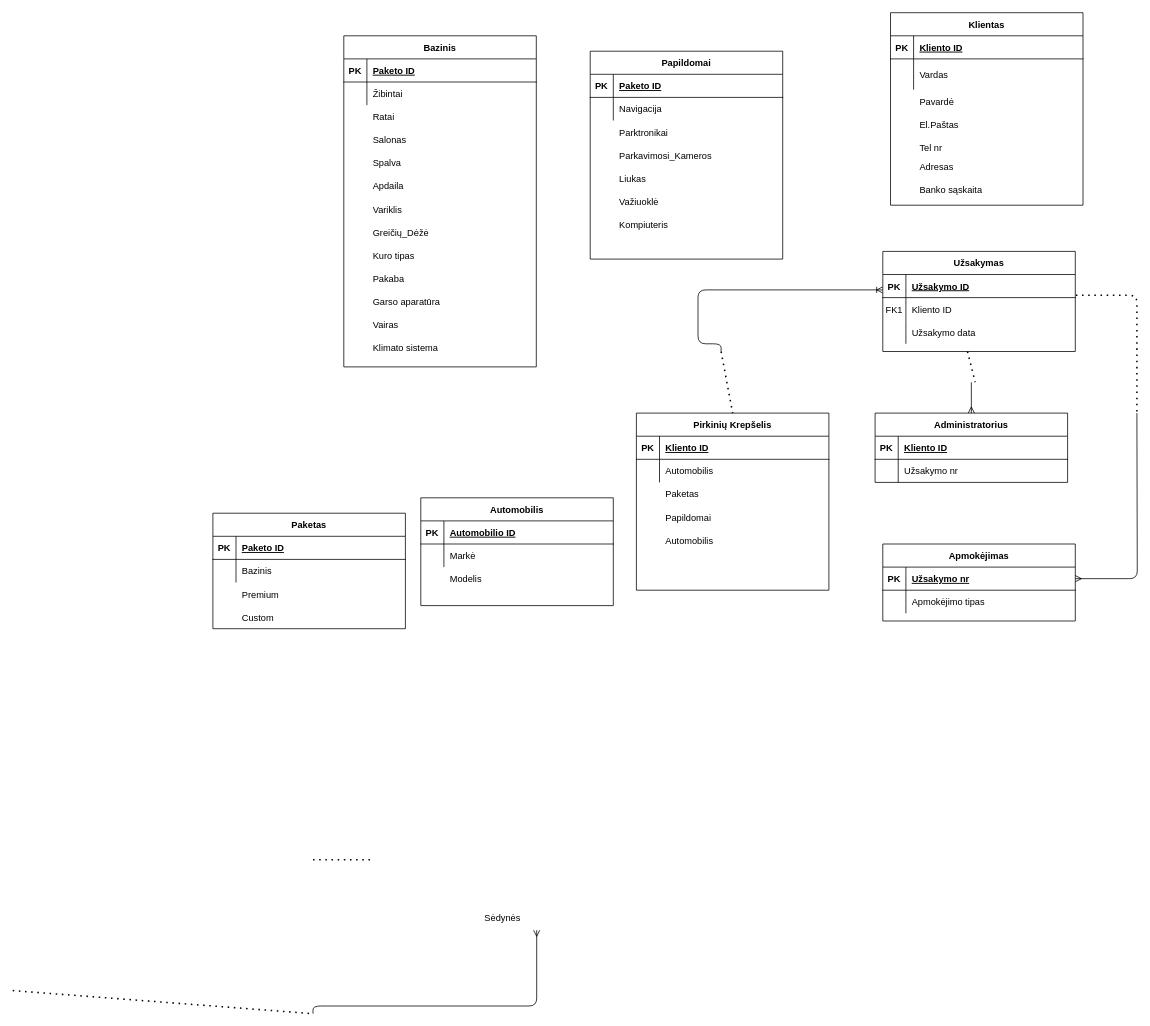
This is DuomenuBazesDB.drawio from combatants7/Win, a draw.io file, before an edit. Source tidied: cells renumbered, new cells numbered last; positions are measured from the earlier drawing's top-left corner, leaving out a move shared by most shapes. Both pictures are drawn from the tidied source at 77%, with x=0, y=0 at pixel (12, 12).
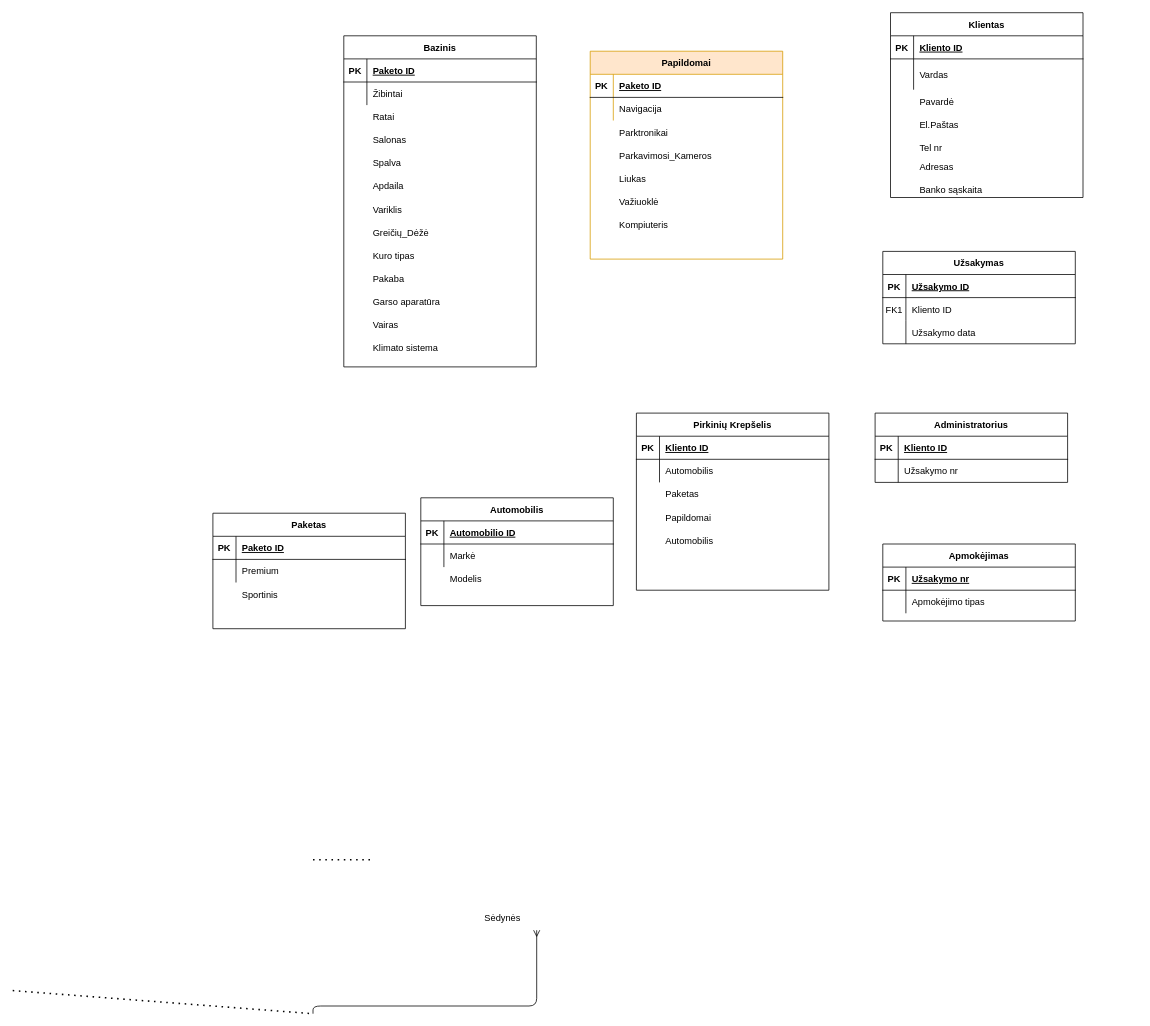
The same page after the edit.

Unchanged cells that the change refers to:
```xml
<mxCell id="59" value="Pirkinių Krepšelis" style="shape=table;startSize=30;childLayout=tableLayout;rowLines=0;fontStyle=1;align=center;" parent="55" vertex="1">
  <mxGeometry width="250" height="230" as="geometry" />
</mxCell>
<mxCell id="70" style="shape=partialRectangle;fillColor=none;points=[[0,0.5],[1,0.5]];portConstraint=eastwest;top=0;left=0;right=0;bottom=0;" parent="66" vertex="1">
  <mxGeometry y="60" width="250" height="30" as="geometry" />
</mxCell>
<mxCell id="76" value="Administratorius" style="shape=table;startSize=30;childLayout=tableLayout;rowLines=0;fontStyle=1;align=center;" parent="1" vertex="1">
  <mxGeometry x="1120" y="520" width="250" height="90" as="geometry" />
</mxCell>
<mxCell id="84" style="shape=partialRectangle;fillColor=none;points=[[0,0.5],[1,0.5]];portConstraint=eastwest;top=0;left=0;right=0;bottom=1;" parent="83" vertex="1">
  <mxGeometry y="30" width="250" height="30" as="geometry" />
</mxCell>
<mxCell id="114" style="shape=partialRectangle;fillColor=none;top=0;left=0;right=0;bottom=0;" parent="110" vertex="1">
  <mxGeometry y="60" width="250" height="30" as="geometry" />
</mxCell>
```

Diff of the diagram source:
```diff
@@
     <mxCell id="49" value="Premium" style="shape=partialRectangle;overflow=hidden;fillColor=none;top=0;left=0;bottom=0;right=0;align=left;spacingLeft=6;" parent="1" vertex="1">
-      <mxGeometry x="290" y="740" width="220" height="30" as="geometry" />
+      <mxGeometry x="290" y="710" width="220" height="30" as="geometry" />
     </mxCell>
-    <mxCell id="50" value="Custom" style="shape=partialRectangle;overflow=hidden;fillColor=none;top=0;left=0;bottom=0;right=0;align=left;spacingLeft=6;" parent="1" vertex="1">
-      <mxGeometry x="290" y="770" width="220" height="30" as="geometry" />
+    <mxCell id="50" value="Sportinis" style="shape=partialRectangle;overflow=hidden;fillColor=none;top=0;left=0;bottom=0;right=0;align=left;spacingLeft=6;" parent="1" vertex="1">
+      <mxGeometry x="290" y="740" width="220" height="30" as="geometry" />
     </mxCell>
@@
     <mxCell id="66" value="Užsakymas" style="shape=table;startSize=30;childLayout=tableLayout;rowLines=0;fontStyle=1;align=center;" parent="1" vertex="1">
-      <mxGeometry x="1130" y="310" width="250" height="130" as="geometry" />
+      <mxGeometry x="1130" y="310" width="250" height="120" as="geometry" />
     </mxCell>
@@
-    <mxCell id="90" style="edgeStyle=orthogonalEdgeStyle;fontSize=12;html=1;endArrow=ERoneToMany;strokeColor=#000000;" parent="1" edge="1">
-      <mxGeometry relative="1" as="geometry">
-        <mxPoint x="920" y="440" as="sourcePoint" />
-        <mxPoint x="1130" y="360" as="targetPoint" />
-        <Array as="points">
-          <mxPoint x="890" y="430" />
-          <mxPoint x="890" y="360" />
-        </Array>
-      </mxGeometry>
-    </mxCell>
-    <mxCell id="91" style="endArrow=none;dashed=1;html=1;dashPattern=1 3;strokeWidth=2;entryX=0.5;entryY=0;entryDx=0;entryDy=0;" parent="1" edge="1" target="59">
-      <mxGeometry relative="1" as="geometry">
-        <mxPoint x="920" y="440" as="sourcePoint" />
-      </mxGeometry>
-    </mxCell>
-    <mxCell id="92" style="fontSize=12;html=1;endArrow=ERmany;entryX=0.5;entryY=0;entryDx=0;entryDy=0;" parent="1" edge="1" target="76">
-      <mxGeometry relative="1" as="geometry">
-        <mxPoint x="1245" y="480" as="sourcePoint" />
-      </mxGeometry>
-    </mxCell>
-    <mxCell id="93" style="endArrow=none;dashed=1;html=1;dashPattern=1 3;strokeWidth=2;" parent="1" edge="1">
-      <mxGeometry relative="1" as="geometry">
-        <mxPoint x="1240" y="440" as="sourcePoint" />
-        <mxPoint x="1250" y="480" as="targetPoint" />
-      </mxGeometry>
-    </mxCell>
-    <mxCell id="94" style="edgeStyle=orthogonalEdgeStyle;fontSize=12;html=1;endArrow=ERmany;strokeColor=#000000;entryX=1;entryY=0.5;entryDx=0;entryDy=0;" parent="1" edge="1" target="84">
-      <mxGeometry relative="1" as="geometry">
-        <mxPoint x="1460" y="520" as="sourcePoint" />
-      </mxGeometry>
-    </mxCell>
-    <mxCell id="95" style="endArrow=none;dashed=1;html=1;dashPattern=1 3;strokeWidth=2;exitX=1.003;exitY=-0.104;exitDx=0;exitDy=0;exitPerimeter=0;" parent="1" edge="1" source="70">
-      <mxGeometry relative="1" as="geometry">
-        <mxPoint x="1460" y="520" as="targetPoint" />
-        <Array as="points">
-          <mxPoint x="1460" y="367" />
-        </Array>
-      </mxGeometry>
-    </mxCell>
     <mxCell id="96" value="Klientas" style="shape=table;startSize=30;childLayout=tableLayout;rowLines=0;fontStyle=1;align=center;" parent="1" vertex="1">
-      <mxGeometry x="1140" width="250" height="250" as="geometry" />
+      <mxGeometry x="1140" width="250" height="240" as="geometry" />
     </mxCell>
@@
-    <mxCell id="116" value="Bazinis" style="shape=partialRectangle;overflow=hidden;fillColor=none;top=0;left=0;bottom=0;right=0;align=left;spacingLeft=6;" parent="114" vertex="1">
+    <mxCell id="116" style="shape=partialRectangle;overflow=hidden;fillColor=none;top=0;left=0;bottom=0;right=0;align=left;spacingLeft=6;" parent="114" vertex="1">
       <mxGeometry x="30" width="220" height="30" as="geometry" />
     </mxCell>
@@
-    <mxCell id="132" value="Papildomai" style="shape=table;startSize=30;childLayout=tableLayout;rowLines=0;fontStyle=1;align=center;" parent="1" vertex="1">
+    <mxCell id="132" value="Papildomai" style="shape=table;startSize=30;childLayout=tableLayout;rowLines=0;fontStyle=1;align=center;fillColor=#ffe6cc;strokeColor=#d79b00;" parent="1" vertex="1">
       <mxGeometry x="750" y="50" width="250" height="270" as="geometry" />
     </mxCell>
```
